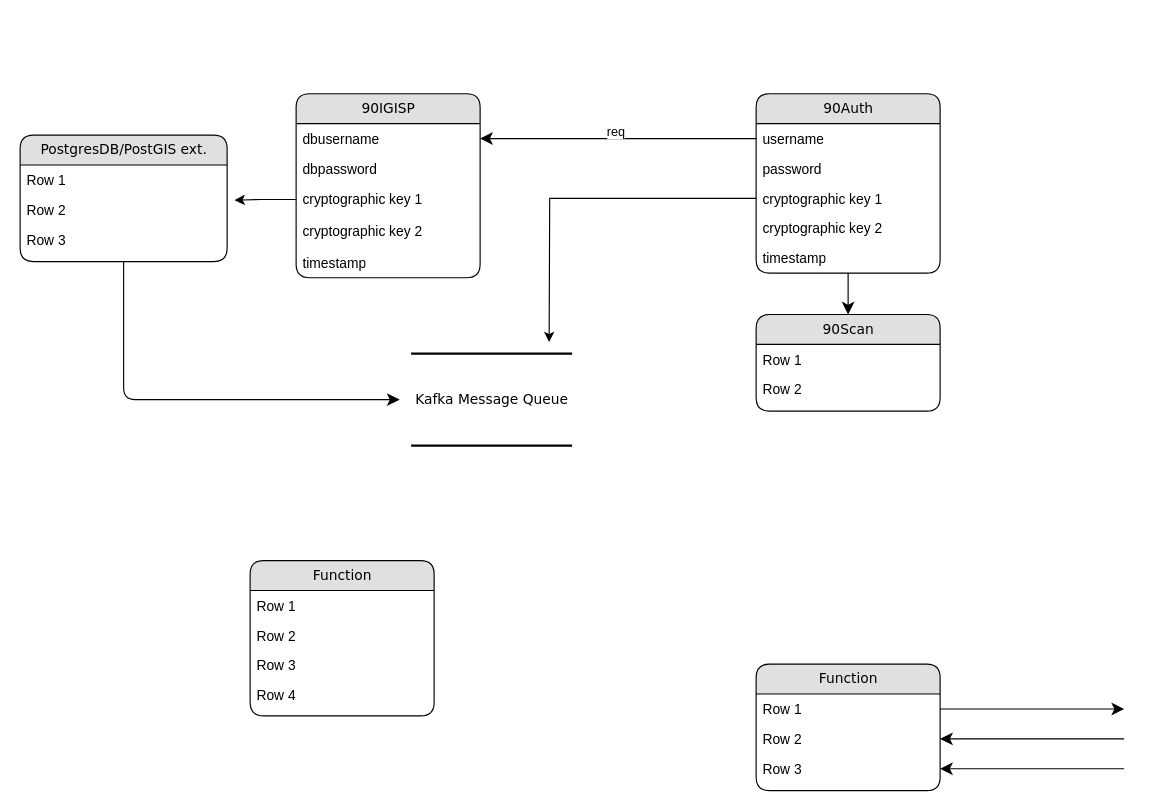
This is Untitled Diagram.drawio from jordaneaster/90Express, a draw.io file, before an edit. Source tidied: cells renumbered, new cells numbered last; positions are measured from the earlier drawing's top-left corner, leaving out a move shared by most shapes. Both pictures are drawn from the tidied source at 115%, with x=0, y=0 at pixel (20, 93).
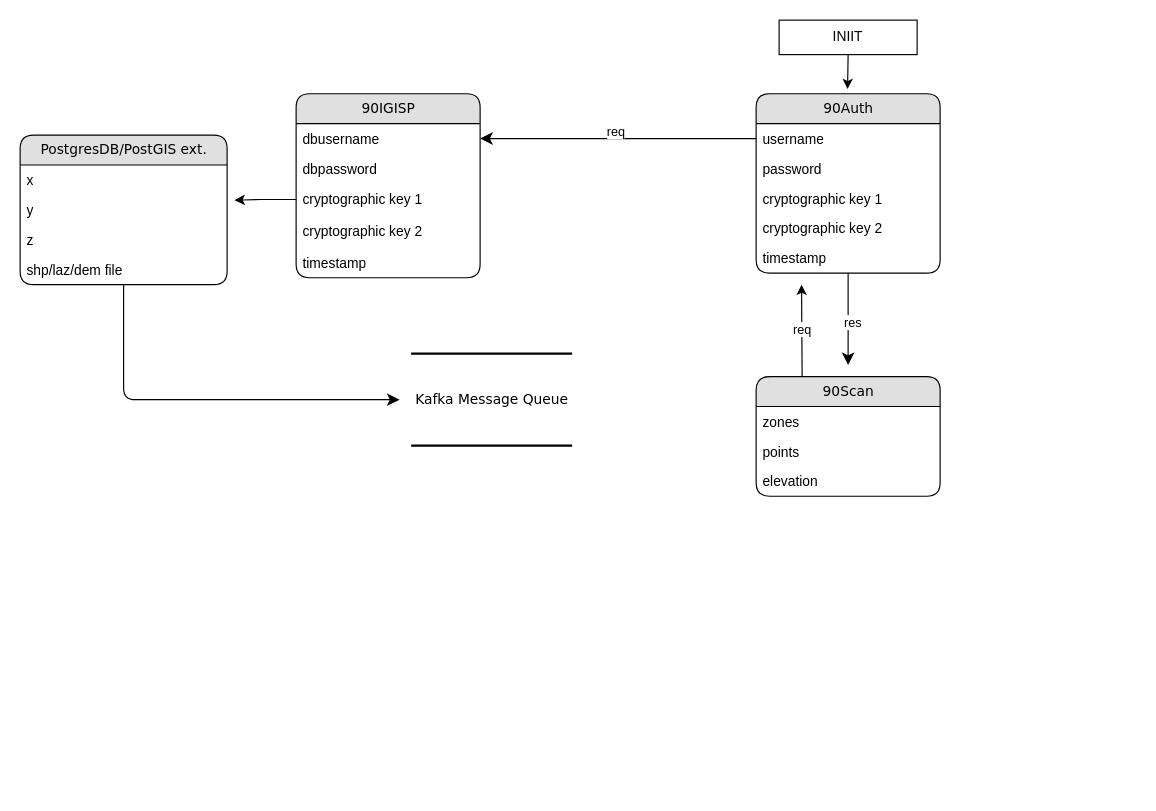
The same page after the edit.

The change refers to these unchanged cells:
```xml
<mxCell id="8" value="90Auth" style="swimlane;html=1;fontStyle=0;horizontal=1;startSize=26;fillColor=#e0e0e0;swimlaneFillColor=#ffffff;align=center;rounded=1;shadow=0;comic=0;labelBackgroundColor=none;strokeWidth=1;fontFamily=Verdana;fontSize=12;" parent="1" vertex="1">
  <mxGeometry x="640" width="160" height="156" as="geometry" />
</mxCell>
<mxCell id="12" value="cryptographic key 1" style="text;html=1;strokeColor=none;fillColor=none;spacingLeft=4;spacingRight=4;whiteSpace=wrap;overflow=hidden;points=[[0,0.5],[1,0.5]];portConstraint=eastwest;" parent="8" vertex="1">
  <mxGeometry y="78" width="160" height="26" as="geometry" />
</mxCell>
```

Diff of the diagram source:
```diff
@@
-    <mxCell id="11" style="edgeStyle=orthogonalEdgeStyle;rounded=0;jettySize=auto;html=1;exitX=0;exitY=0.5;exitDx=0;exitDy=0;" parent="8" edge="1" source="12">
-      <mxGeometry relative="1" as="geometry">
-        <mxPoint x="-180" y="216" as="targetPoint" />
-      </mxGeometry>
-    </mxCell>
@@
     <mxCell id="15" value="PostgresDB/PostGIS ext." style="swimlane;html=1;fontStyle=0;horizontal=1;startSize=26;fillColor=#e0e0e0;swimlaneFillColor=#ffffff;align=center;rounded=1;shadow=0;comic=0;labelBackgroundColor=none;strokeWidth=1;fontFamily=Verdana;fontSize=12;" parent="1" vertex="1">
-      <mxGeometry y="36" width="180" height="110" as="geometry" />
+      <mxGeometry y="36" width="180" height="130" as="geometry" />
     </mxCell>
-    <mxCell id="16" value="Row 1" style="text;html=1;strokeColor=none;fillColor=none;spacingLeft=4;spacingRight=4;whiteSpace=wrap;overflow=hidden;" parent="15" vertex="1">
+    <mxCell id="16" value="x" style="text;html=1;strokeColor=none;fillColor=none;spacingLeft=4;spacingRight=4;whiteSpace=wrap;overflow=hidden;" parent="15" vertex="1">
       <mxGeometry y="26" width="180" height="26" as="geometry" />
     </mxCell>
-    <mxCell id="17" value="Row 2" style="text;html=1;strokeColor=none;fillColor=none;spacingLeft=4;spacingRight=4;whiteSpace=wrap;overflow=hidden;points=[[0,0.5],[1,0.5]];portConstraint=eastwest;" parent="15" vertex="1">
+    <mxCell id="17" value="y" style="text;html=1;strokeColor=none;fillColor=none;spacingLeft=4;spacingRight=4;whiteSpace=wrap;overflow=hidden;points=[[0,0.5],[1,0.5]];portConstraint=eastwest;" parent="15" vertex="1">
       <mxGeometry y="52" width="180" height="26" as="geometry" />
     </mxCell>
+    <mxCell id="40" value="z" style="text;html=1;strokeColor=none;fillColor=none;spacingLeft=4;spacingRight=4;whiteSpace=wrap;overflow=hidden;" parent="15" vertex="1">
+      <mxGeometry y="78" width="180" height="26" as="geometry" />
+    </mxCell>
-    <mxCell id="18" value="Row 3" style="text;html=1;strokeColor=none;fillColor=none;spacingLeft=4;spacingRight=4;whiteSpace=wrap;overflow=hidden;" parent="15" vertex="1">
-      <mxGeometry y="78" width="180" height="26" as="geometry" />
+    <mxCell id="18" value="shp/laz/dem file" style="text;html=1;strokeColor=none;fillColor=none;spacingLeft=4;spacingRight=4;whiteSpace=wrap;overflow=hidden;" parent="15" vertex="1">
+      <mxGeometry y="104" width="180" height="26" as="geometry" />
     </mxCell>
-    <mxCell id="19" value="Function" style="swimlane;html=1;fontStyle=0;horizontal=1;startSize=26;fillColor=#e0e0e0;swimlaneFillColor=#ffffff;align=center;rounded=1;shadow=0;comic=0;labelBackgroundColor=none;strokeWidth=1;fontFamily=Verdana;fontSize=12;" parent="1" vertex="1">
-      <mxGeometry x="200" y="406" width="160" height="135" as="geometry" />
-    </mxCell>
-    <mxCell id="20" value="Row 1" style="text;html=1;strokeColor=none;fillColor=none;spacingLeft=4;spacingRight=4;whiteSpace=wrap;overflow=hidden;" parent="19" vertex="1">
-      <mxGeometry y="26" width="160" height="26" as="geometry" />
-    </mxCell>
-    <mxCell id="21" value="Row 2" style="text;html=1;strokeColor=none;fillColor=none;spacingLeft=4;spacingRight=4;whiteSpace=wrap;overflow=hidden;" parent="19" vertex="1">
-      <mxGeometry y="52" width="160" height="26" as="geometry" />
-    </mxCell>
-    <mxCell id="22" value="Row 3" style="text;html=1;strokeColor=none;fillColor=none;spacingLeft=4;spacingRight=4;whiteSpace=wrap;overflow=hidden;" parent="19" vertex="1">
-      <mxGeometry y="78" width="160" height="26" as="geometry" />
-    </mxCell>
-    <mxCell id="23" value="Row 4" style="text;html=1;strokeColor=none;fillColor=none;spacingLeft=4;spacingRight=4;whiteSpace=wrap;overflow=hidden;" parent="19" vertex="1">
-      <mxGeometry y="104" width="160" height="26" as="geometry" />
-    </mxCell>
+    <mxCell id="41" style="edgeStyle=orthogonalEdgeStyle;rounded=0;jettySize=auto;html=1;exitX=0.25;exitY=0;exitDx=0;exitDy=0;" parent="1" edge="1" source="24">
+      <mxGeometry relative="1" as="geometry">
+        <mxPoint x="679.5" y="166" as="targetPoint" />
+      </mxGeometry>
+    </mxCell>
+    <mxCell id="42" value="req" style="edgeLabel;html=1;align=center;verticalAlign=middle;" parent="41" vertex="1">
+      <mxGeometry x="0.04" relative="1" as="geometry" />
+    </mxCell>
     <mxCell id="24" value="90Scan" style="swimlane;html=1;fontStyle=0;horizontal=1;startSize=26;fillColor=#e0e0e0;swimlaneFillColor=#ffffff;align=center;rounded=1;shadow=0;comic=0;labelBackgroundColor=none;strokeWidth=1;fontFamily=Verdana;fontSize=12;" parent="1" vertex="1">
-      <mxGeometry x="640" y="192" width="160" height="84" as="geometry" />
+      <mxGeometry x="640" y="246" width="160" height="104" as="geometry" />
     </mxCell>
-    <mxCell id="25" value="Row 1" style="text;html=1;strokeColor=none;fillColor=none;spacingLeft=4;spacingRight=4;whiteSpace=wrap;overflow=hidden;" parent="24" vertex="1">
+    <mxCell id="25" value="zones" style="text;html=1;strokeColor=none;fillColor=none;spacingLeft=4;spacingRight=4;whiteSpace=wrap;overflow=hidden;" parent="24" vertex="1">
       <mxGeometry y="26" width="160" height="26" as="geometry" />
     </mxCell>
+    <mxCell id="43" value="points" style="text;html=1;strokeColor=none;fillColor=none;spacingLeft=4;spacingRight=4;whiteSpace=wrap;overflow=hidden;" parent="24" vertex="1">
+      <mxGeometry y="52" width="160" height="26" as="geometry" />
+    </mxCell>
-    <mxCell id="26" value="Row 2" style="text;html=1;strokeColor=none;fillColor=none;spacingLeft=4;spacingRight=4;whiteSpace=wrap;overflow=hidden;" parent="24" vertex="1">
-      <mxGeometry y="52" width="160" height="26" as="geometry" />
+    <mxCell id="26" value="elevation" style="text;html=1;strokeColor=none;fillColor=none;spacingLeft=4;spacingRight=4;whiteSpace=wrap;overflow=hidden;" parent="24" vertex="1">
+      <mxGeometry y="78" width="160" height="26" as="geometry" />
     </mxCell>
-    <mxCell id="27" value="Function" style="swimlane;html=1;fontStyle=0;horizontal=1;startSize=26;fillColor=#e0e0e0;swimlaneFillColor=#ffffff;align=center;rounded=1;shadow=0;comic=0;labelBackgroundColor=none;strokeWidth=1;fontFamily=Verdana;fontSize=12;" parent="1" vertex="1">
-      <mxGeometry x="640" y="496" width="160" height="110" as="geometry" />
-    </mxCell>
-    <mxCell id="28" value="Row 1" style="text;html=1;strokeColor=none;fillColor=none;spacingLeft=4;spacingRight=4;whiteSpace=wrap;overflow=hidden;points=[[0,0.5],[1,0.5]];portConstraint=eastwest;" parent="27" vertex="1">
-      <mxGeometry y="26" width="160" height="26" as="geometry" />
-    </mxCell>
-    <mxCell id="29" value="Row 2" style="text;html=1;strokeColor=none;fillColor=none;spacingLeft=4;spacingRight=4;whiteSpace=wrap;overflow=hidden;points=[[0,0.5],[1,0.5]];portConstraint=eastwest;" parent="27" vertex="1">
-      <mxGeometry y="52" width="160" height="26" as="geometry" />
-    </mxCell>
-    <mxCell id="30" value="Row 3" style="text;html=1;strokeColor=none;fillColor=none;spacingLeft=4;spacingRight=4;whiteSpace=wrap;overflow=hidden;points=[[0,0.5],[1,0.5]];portConstraint=eastwest;" parent="27" vertex="1">
-      <mxGeometry y="78" width="160" height="26" as="geometry" />
-    </mxCell>
@@
-    <mxCell id="33" style="edgeStyle=orthogonalEdgeStyle;html=1;labelBackgroundColor=none;startFill=0;startSize=8;endFill=1;endSize=8;fontFamily=Verdana;fontSize=12;" parent="1" edge="1" source="8" target="24">
-      <mxGeometry relative="1" as="geometry" />
+    <mxCell id="33" style="edgeStyle=orthogonalEdgeStyle;html=1;labelBackgroundColor=none;startFill=0;startSize=8;endFill=1;endSize=8;fontFamily=Verdana;fontSize=12;" parent="1" edge="1" source="8">
+      <mxGeometry relative="1" as="geometry">
+        <mxPoint x="720" y="236" as="targetPoint" />
+      </mxGeometry>
     </mxCell>
+    <mxCell id="44" value="res" style="edgeLabel;html=1;align=center;verticalAlign=middle;" parent="33" vertex="1">
+      <mxGeometry x="0.06" y="3" relative="1" as="geometry" />
+    </mxCell>
@@
-    <mxCell id="36" style="edgeStyle=orthogonalEdgeStyle;html=1;exitX=1;exitY=0.5;labelBackgroundColor=none;startFill=0;startSize=8;endFill=1;endSize=8;fontFamily=Verdana;fontSize=12;" parent="1" edge="1" source="28">
-      <mxGeometry relative="1" as="geometry">
-        <mxPoint x="960" y="535" as="targetPoint" />
-      </mxGeometry>
-    </mxCell>
-    <mxCell id="37" style="edgeStyle=orthogonalEdgeStyle;html=1;labelBackgroundColor=none;startFill=0;startSize=8;endFill=1;endSize=8;fontFamily=Verdana;fontSize=12;entryX=1;entryY=0.5;" parent="1" edge="1" target="29">
-      <mxGeometry relative="1" as="geometry">
-        <mxPoint x="960" y="561" as="sourcePoint" />
-        <Array as="points">
-          <mxPoint x="960" y="561" />
-        </Array>
-      </mxGeometry>
-    </mxCell>
-    <mxCell id="38" style="edgeStyle=orthogonalEdgeStyle;html=1;labelBackgroundColor=none;startFill=0;startSize=8;endFill=1;endSize=8;fontFamily=Verdana;fontSize=12;entryX=1;entryY=0.5;" parent="1" edge="1" target="30">
-      <mxGeometry relative="1" as="geometry">
-        <mxPoint x="960" y="587" as="sourcePoint" />
-        <Array as="points">
-          <mxPoint x="880" y="587" />
-          <mxPoint x="880" y="587" />
-        </Array>
-      </mxGeometry>
-    </mxCell>
@@
+    <mxCell id="45" style="edgeStyle=orthogonalEdgeStyle;rounded=0;jettySize=auto;html=1;exitX=0.5;exitY=1;exitDx=0;exitDy=0;" parent="1" edge="1" source="46">
+      <mxGeometry relative="1" as="geometry">
+        <mxPoint x="719.5" y="-4" as="targetPoint" />
+      </mxGeometry>
+    </mxCell>
+    <mxCell id="46" value="INIIT" style="whiteSpace=wrap;html=1;" parent="1" vertex="1">
+      <mxGeometry x="660" y="-64" width="120" height="30" as="geometry" />
+    </mxCell>
```
